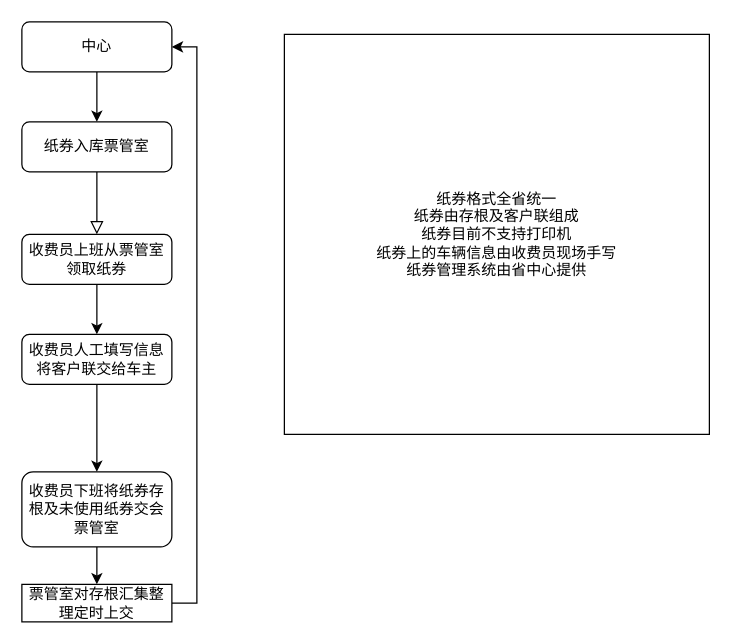
Before: public/纸券流程图.drawio in XTXgithub/GeminiProChat, a draw.io diagram. Source tidied: cells renumbered, new cells numbered last; positions are measured from the earlier drawing's top-left corner, leaving out a move shared by most shapes. Both pictures are drawn from the tidied source at 125%, with x=0, y=0 at pixel (21, 21).
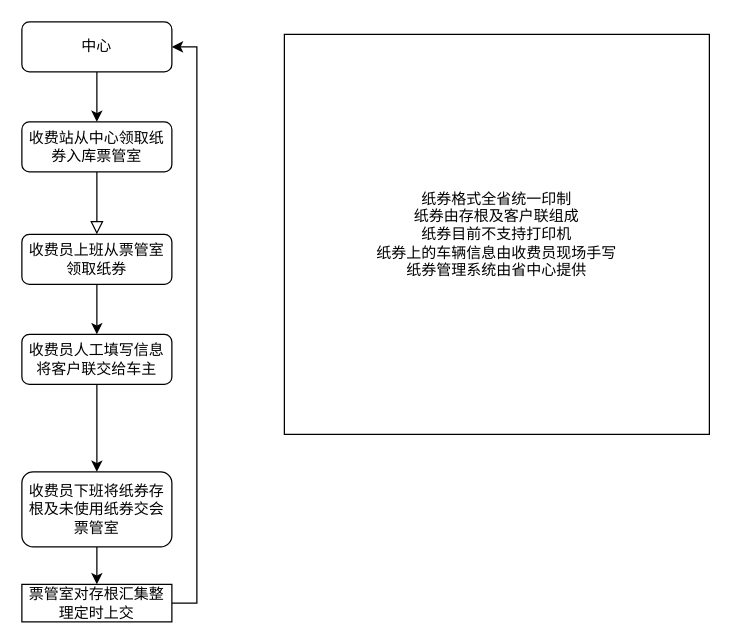
Above is the later version.

Commit message:
更新纸券流程图.drawio

What changed in the source:
```diff
@@
 <mxGraphModel>
   <root>
     <mxCell id="0" />
     <mxCell id="1" parent="0" />
     <mxCell id="2" style="rounded=0;html=1;jettySize=auto;fontSize=11;endArrow=block;endFill=0;endSize=8;strokeWidth=1;shadow=0;labelBackgroundColor=none;edgeStyle=orthogonalEdgeStyle;" parent="1" edge="1" source="3">
       <mxGeometry relative="1" as="geometry">
         <mxPoint x="60" y="170" as="targetPoint" />
       </mxGeometry>
     </mxCell>
-    <mxCell id="3" value="纸券入库票管室" style="rounded=1;whiteSpace=wrap;html=1;fontSize=12;glass=0;strokeWidth=1;shadow=0;" parent="1" vertex="1">
+    <mxCell id="3" value="收费站从中心领取纸券入库票管室" style="rounded=1;whiteSpace=wrap;html=1;fontSize=12;glass=0;strokeWidth=1;shadow=0;" parent="1" vertex="1">
       <mxGeometry y="80" width="120" height="40" as="geometry" />
     </mxCell>
     <mxCell id="4" style="edgeStyle=orthogonalEdgeStyle;rounded=0;jettySize=auto;html=1;" parent="1" edge="1" source="5" target="8">
       <mxGeometry relative="1" as="geometry" />
     </mxCell>
     <mxCell id="5" value="收费员上班从票管室领取纸券" style="rounded=1;whiteSpace=wrap;html=1;fontSize=12;glass=0;strokeWidth=1;shadow=0;" parent="1" vertex="1">
       <mxGeometry y="170" width="120" height="40" as="geometry" />
     </mxCell>
     <mxCell id="6" value="Yes" style="edgeStyle=orthogonalEdgeStyle;rounded=0;html=1;jettySize=auto;fontSize=11;endArrow=block;endFill=0;endSize=8;strokeWidth=1;shadow=0;labelBackgroundColor=none;" parent="1" edge="1" target="8">
       <mxGeometry y="10" relative="1" as="geometry">
         <mxPoint x="60" y="290" as="sourcePoint" />
       </mxGeometry>
     </mxCell>
     <mxCell id="7" style="edgeStyle=orthogonalEdgeStyle;rounded=0;jettySize=auto;html=1;" parent="1" edge="1" source="8" target="10">
       <mxGeometry relative="1" as="geometry" />
     </mxCell>
     <mxCell id="8" value="收费员人工填写信息&lt;br&gt;将客户联交给车主" style="rounded=1;whiteSpace=wrap;html=1;fontSize=12;glass=0;strokeWidth=1;shadow=0;" parent="1" vertex="1">
       <mxGeometry y="250" width="120" height="40" as="geometry" />
     </mxCell>
     <mxCell id="9" style="edgeStyle=orthogonalEdgeStyle;rounded=0;jettySize=auto;html=1;" parent="1" edge="1" source="10" target="14">
       <mxGeometry relative="1" as="geometry" />
     </mxCell>
     <mxCell id="10" value="收费员下班将纸券存根及未使用纸券交会票管室" style="whiteSpace=wrap;html=1;rounded=1;glass=0;strokeWidth=1;shadow=0;" parent="1" vertex="1">
       <mxGeometry y="360" width="120" height="60" as="geometry" />
     </mxCell>
     <mxCell id="11" style="edgeStyle=orthogonalEdgeStyle;rounded=0;jettySize=auto;html=1;" parent="1" edge="1" source="12" target="3">
       <mxGeometry relative="1" as="geometry" />
     </mxCell>
     <mxCell id="12" value="中心" style="rounded=1;whiteSpace=wrap;html=1;" parent="1" vertex="1">
       <mxGeometry width="120" height="40" as="geometry" />
     </mxCell>
     <mxCell id="13" style="edgeStyle=orthogonalEdgeStyle;rounded=0;jettySize=auto;html=1;entryX=1;entryY=0.5;entryDx=0;entryDy=0;exitX=1;exitY=0.5;exitDx=0;exitDy=0;" parent="1" edge="1" source="14" target="12">
       <mxGeometry relative="1" as="geometry" />
     </mxCell>
     <mxCell id="14" value="票管室对存根汇集整理定时上交" style="rounded=1;whiteSpace=wrap;html=1;arcSize=0;" parent="1" vertex="1">
       <mxGeometry y="450" width="120" height="30" as="geometry" />
     </mxCell>
-    <mxCell id="15" value="纸券格式全省统一&lt;br&gt;纸券由存根及客户联组成&lt;br&gt;纸券目前不支持打印机&lt;br&gt;纸券上的车辆信息由收费员现场手写&lt;br&gt;纸券管理系统由省中心提供" style="rounded=0;whiteSpace=wrap;html=1;" parent="1" vertex="1">
+    <mxCell id="15" value="纸券格式全省统一印制&lt;br&gt;纸券由存根及客户联组成&lt;br&gt;纸券目前不支持打印机&lt;br&gt;纸券上的车辆信息由收费员现场手写&lt;br&gt;纸券管理系统由省中心提供" style="rounded=0;whiteSpace=wrap;html=1;" parent="1" vertex="1">
       <mxGeometry x="210" y="10" width="340" height="320" as="geometry" />
     </mxCell>
   </root>
 </mxGraphModel>
```
